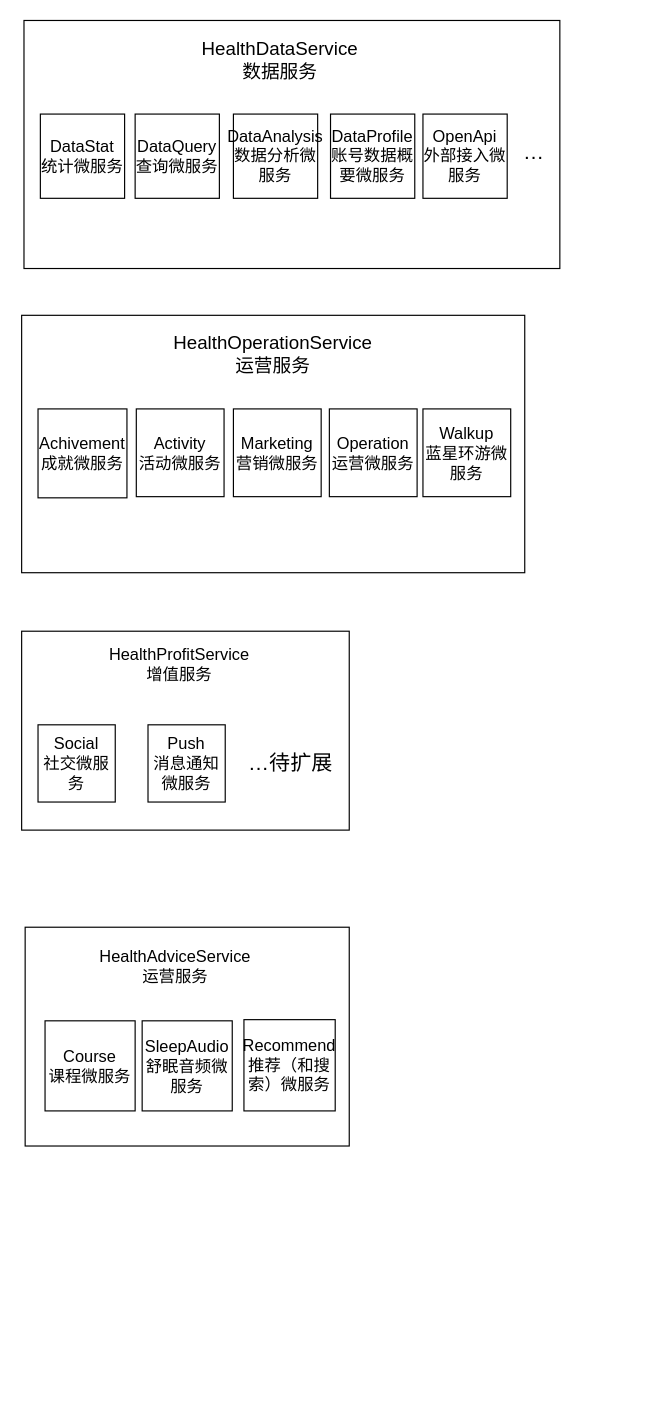
Above: 运动健康云1层架构.drawio in HuaHero/interview (draw.io), before the change. Source tidied: cells renumbered, new cells numbered last; positions are measured from the earlier drawing's top-left corner, leaving out a move shared by most shapes. Both pictures are drawn from the tidied source at 117%, with x=0, y=0 at pixel (21, 20).
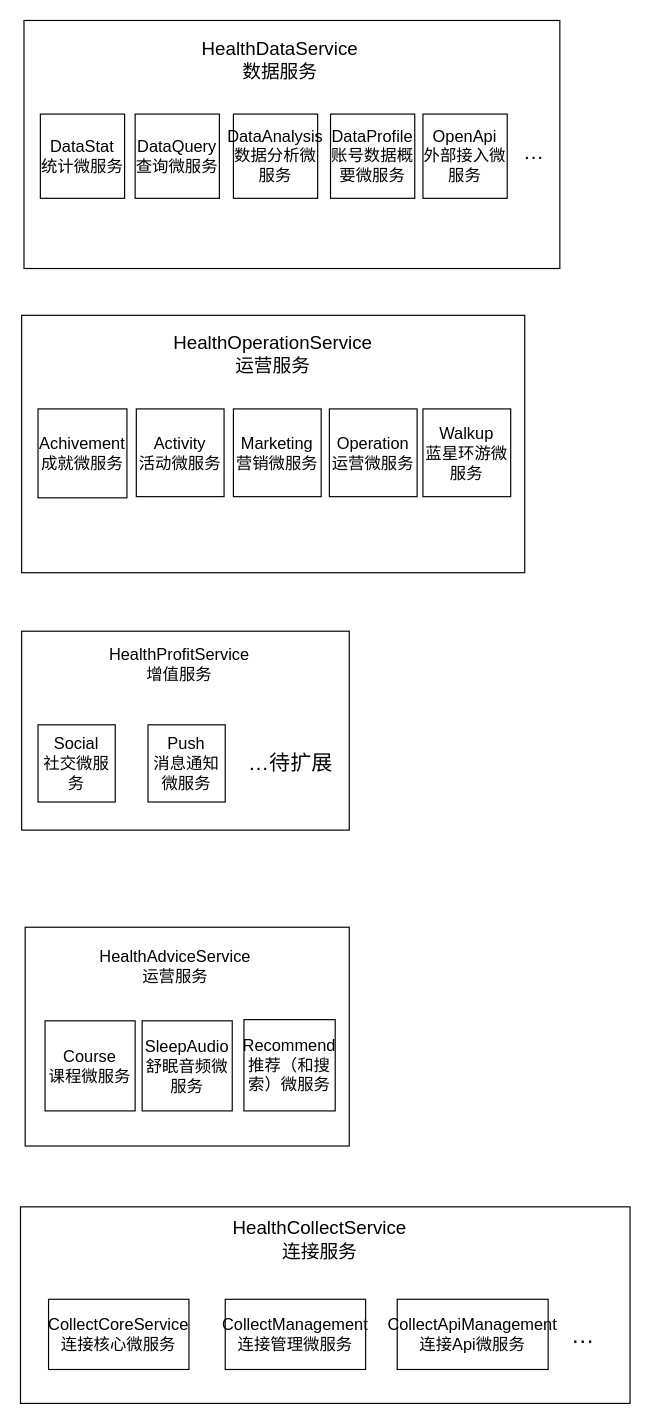
After the change.

Commit message:
更新运动健康云1层架构.drawio

Diff of the diagram source:
```diff
@@
+    <mxCell id="27" style="rounded=0;whiteSpace=wrap;html=1;fontSize=14;" parent="1" vertex="1">
+      <mxGeometry x="-1" y="1014" width="521" height="168" as="geometry" />
+    </mxCell>
+    <mxCell id="28" value="HealthCollectService&lt;br style=&quot;border-color: var(--border-color); font-size: 16px;&quot;&gt;连接服务" style="text;html=1;strokeColor=none;fillColor=none;align=center;verticalAlign=middle;whiteSpace=wrap;rounded=0;fontSize=16;" parent="1" vertex="1">
+      <mxGeometry x="100" y="1022" width="310" height="40" as="geometry" />
+    </mxCell>
+    <mxCell id="29" value="CollectCoreService&lt;br style=&quot;border-color: var(--border-color); font-size: 14px;&quot;&gt;&lt;span style=&quot;font-size: 14px;&quot;&gt;连接核心微服务&lt;/span&gt;" style="rounded=0;whiteSpace=wrap;html=1;fontSize=14;" parent="1" vertex="1">
+      <mxGeometry x="23" y="1093" width="120" height="60" as="geometry" />
+    </mxCell>
+    <mxCell id="30" value="CollectManagement&lt;br style=&quot;font-size: 14px;&quot;&gt;连接管理微服务" style="rounded=0;whiteSpace=wrap;html=1;fontSize=14;" parent="1" vertex="1">
+      <mxGeometry x="174" y="1093" width="120" height="60" as="geometry" />
+    </mxCell>
+    <mxCell id="31" value="CollectApiManagement&lt;br style=&quot;font-size: 14px;&quot;&gt;连接Api微服务" style="rounded=0;whiteSpace=wrap;html=1;fontSize=14;" parent="1" vertex="1">
+      <mxGeometry x="321" y="1093" width="129" height="60" as="geometry" />
+    </mxCell>
+    <mxCell id="32" value="…" style="text;html=1;strokeColor=none;fillColor=none;align=center;verticalAlign=middle;whiteSpace=wrap;rounded=0;fontSize=20;" parent="1" vertex="1">
+      <mxGeometry x="460" y="1108" width="40" height="30" as="geometry" />
+    </mxCell>
```
